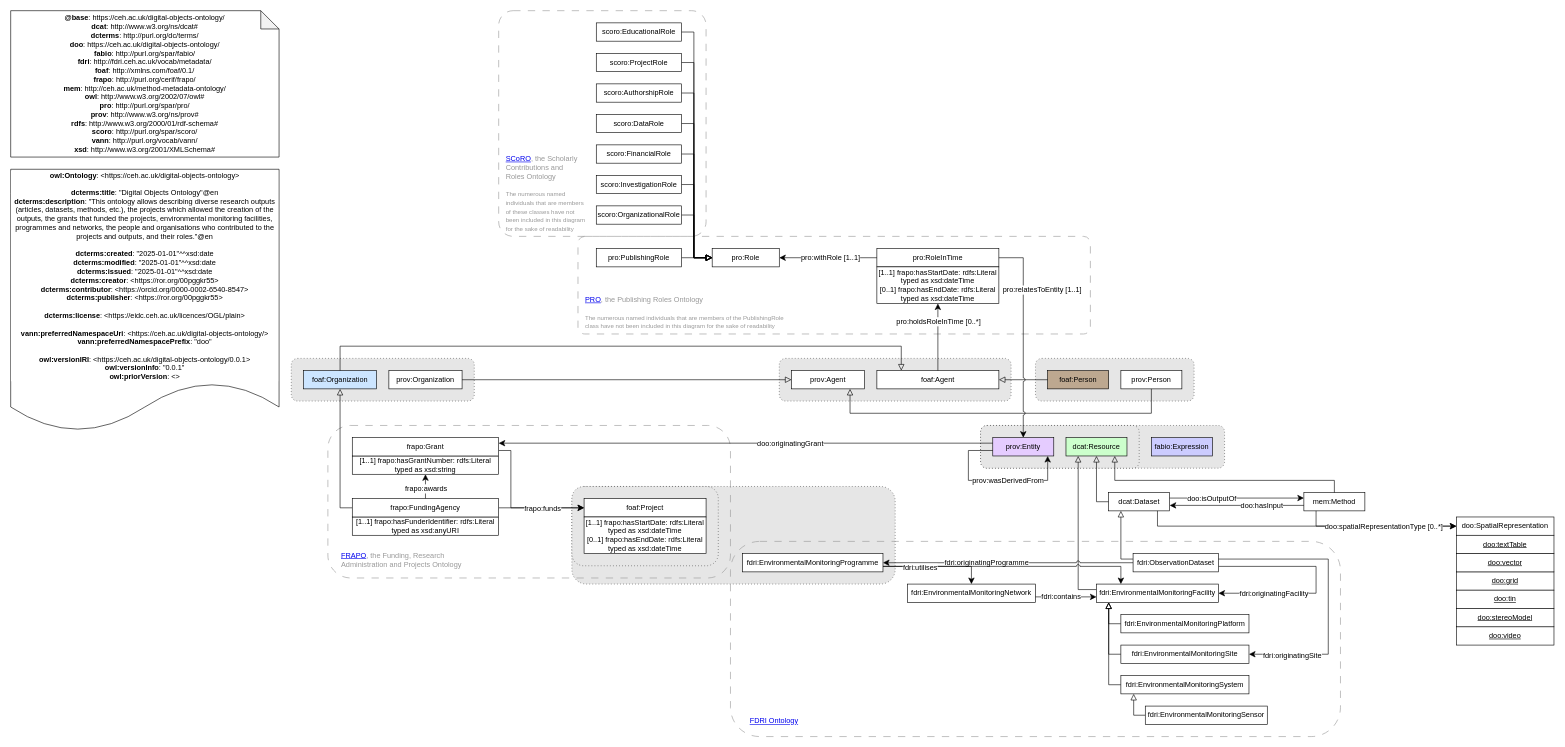
Earlier version of the draw.io diagram page "ontology" (1 of 3) of ontology/diagrams/digital_objects_ontology.drawio (NERC-CEH/digital-objects-ontology). Source tidied: cells renumbered, new cells numbered last; positions are measured from the earlier drawing's top-left corner, leaving out a move shared by most shapes. Both pictures are drawn from the tidied source at 61%, with x=0, y=0 at pixel (10, 10).
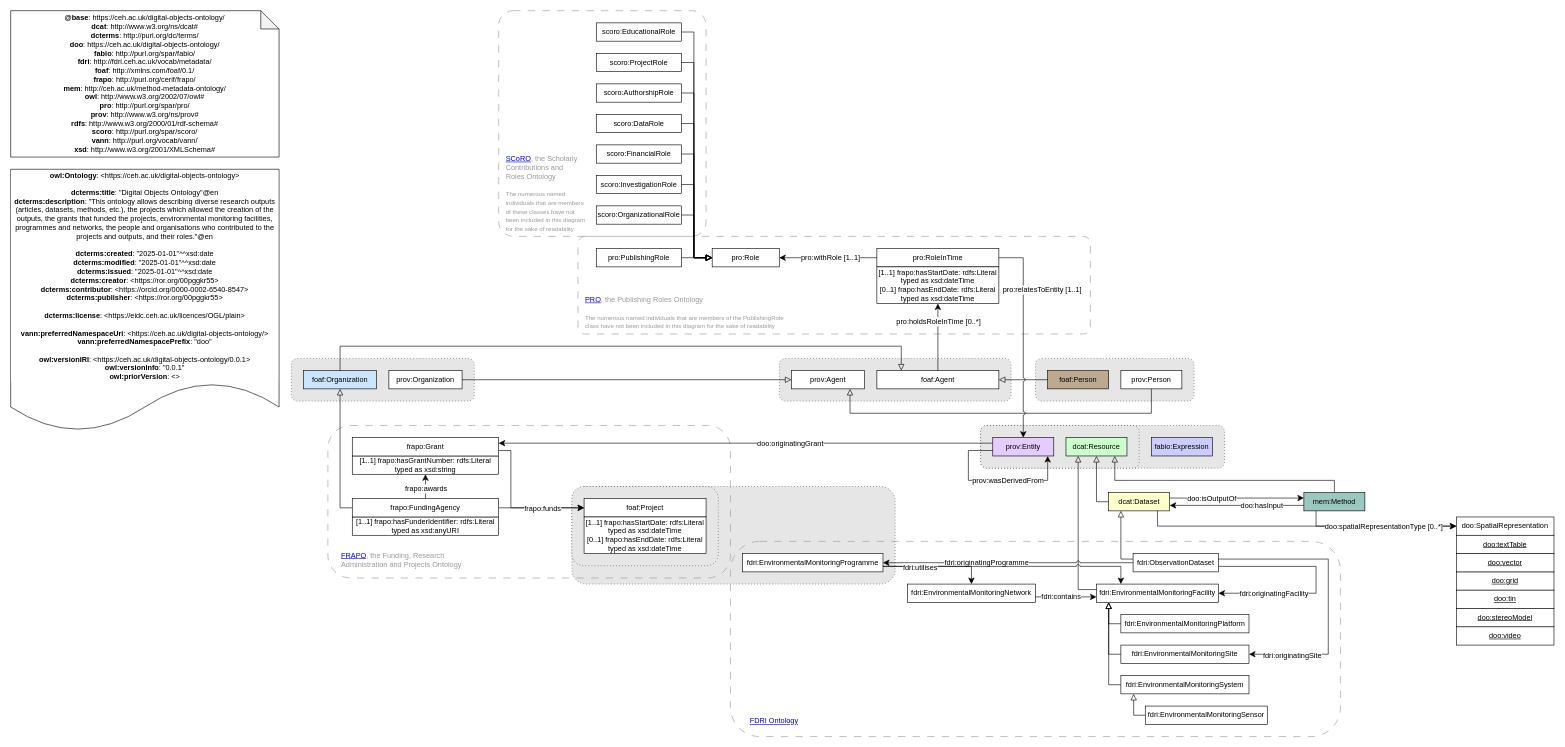
Above is the later version.

Commit message (it also covers changes not shown here):
added corresponding colour to dcat:Dataset and mem:Method classes

Diff of the diagram source:
```diff
@@
-    <mxCell id="93" value="dcat:Dataset" style="rounded=0;whiteSpace=wrap;html=1;snapToPoint=1;points=[[0.1,0],[0.2,0],[0.3,0],[0.4,0],[0.5,0],[0.6,0],[0.7,0],[0.8,0],[0.9,0],[0,0.1],[0,0.3],[0,0.5],[0,0.7],[0,0.9],[0.1,1],[0.2,1],[0.3,1],[0.4,1],[0.5,1],[0.6,1],[0.7,1],[0.8,1],[0.9,1],[1,0.1],[1,0.3],[1,0.5],[1,0.7],[1,0.9]];" parent="1" vertex="1">
+    <mxCell id="93" value="dcat:Dataset" style="rounded=0;whiteSpace=wrap;html=1;snapToPoint=1;points=[[0.1,0],[0.2,0],[0.3,0],[0.4,0],[0.5,0],[0.6,0],[0.7,0],[0.8,0],[0.9,0],[0,0.1],[0,0.3],[0,0.5],[0,0.7],[0,0.9],[0.1,1],[0.2,1],[0.3,1],[0.4,1],[0.5,1],[0.6,1],[0.7,1],[0.8,1],[0.9,1],[1,0.1],[1,0.3],[1,0.5],[1,0.7],[1,0.9]];fillColor=#FFFFCC;" parent="1" vertex="1">
       <mxGeometry x="1800" y="790" width="100" height="30" as="geometry" />
     </mxCell>
@@
-    <mxCell id="99" value="mem:Method" style="rounded=0;whiteSpace=wrap;html=1;snapToPoint=1;points=[[0.1,0],[0.2,0],[0.3,0],[0.4,0],[0.5,0],[0.6,0],[0.7,0],[0.8,0],[0.9,0],[0,0.1],[0,0.3],[0,0.5],[0,0.7],[0,0.9],[0.1,1],[0.2,1],[0.3,1],[0.4,1],[0.5,1],[0.6,1],[0.7,1],[0.8,1],[0.9,1],[1,0.1],[1,0.3],[1,0.5],[1,0.7],[1,0.9]];" parent="1" vertex="1">
+    <mxCell id="99" value="mem:Method" style="rounded=0;whiteSpace=wrap;html=1;snapToPoint=1;points=[[0.1,0],[0.2,0],[0.3,0],[0.4,0],[0.5,0],[0.6,0],[0.7,0],[0.8,0],[0.9,0],[0,0.1],[0,0.3],[0,0.5],[0,0.7],[0,0.9],[0.1,1],[0.2,1],[0.3,1],[0.4,1],[0.5,1],[0.6,1],[0.7,1],[0.8,1],[0.9,1],[1,0.1],[1,0.3],[1,0.5],[1,0.7],[1,0.9]];fillColor=#9AC7BF;" parent="1" vertex="1">
       <mxGeometry x="2120" y="790" width="100" height="30" as="geometry" />
     </mxCell>
```
